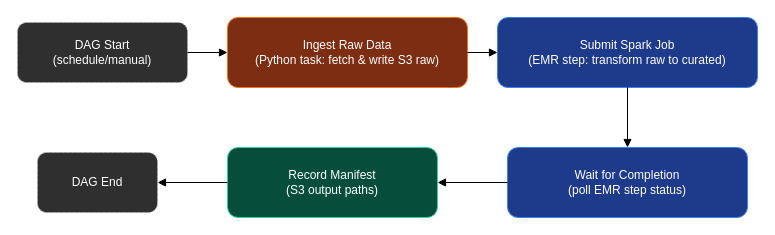
Earlier version of the draw.io diagram diagrams/baseline_pipeline/airflow_dag.drawio (SilverPeak2299/Thesis). Source tidied: cells renumbered, new cells numbered last; positions are measured from the earlier drawing's top-left corner, leaving out a move shared by most shapes. Both pictures are drawn from the tidied source at 100%, with x=0, y=0 at pixel (17, 17).
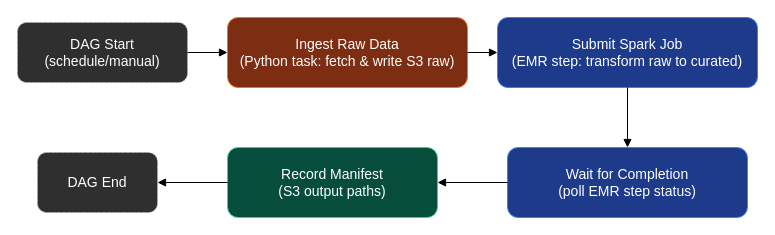
After the change.

Change to the diagram source:
```diff
@@
 <mxGraphModel background="#ffffff">
   <root>
     <mxCell id="0" />
     <mxCell id="1" parent="0" />
-    <mxCell id="2" value="DAG Start&#10;(schedule/manual)" style="rounded=1;whiteSpace=wrap;html=1;fillColor=#2f2f2f;strokeColor=#aaaaaa;fontColor=#ffffff;dashed=1;dashPattern=3 2;" parent="1" vertex="1">
+    <mxCell id="2" value="DAG Start&#10;(schedule/manual)" style="rounded=1;whiteSpace=wrap;html=1;fillColor=#2f2f2f;strokeColor=#aaaaaa;fontColor=#ffffff;dashed=1;dashPattern=3 2;fontSize=14;" parent="1" vertex="1">
       <mxGeometry y="5" width="170" height="60" as="geometry" />
     </mxCell>
+    <mxCell id="13" style="group;" parent="1" vertex="1">
+      <mxGeometry x="20" width="720" height="200" as="geometry" />
+    </mxCell>
-    <mxCell id="3" value="Ingest Raw Data&#10;(Python task: fetch &amp; write S3 raw)" style="rounded=1;whiteSpace=wrap;html=1;fillColor=#7c2d12;strokeColor=#f97316;fontColor=#ffffff;strokeWidth=1;" parent="1" vertex="1">
-      <mxGeometry x="210" width="240" height="70" as="geometry" />
+    <mxCell id="3" value="Ingest Raw Data&#10;(Python task: fetch &amp; write S3 raw)" style="rounded=1;whiteSpace=wrap;html=1;fillColor=#7c2d12;strokeColor=#f97316;fontColor=#ffffff;strokeWidth=1;fontSize=14;" parent="13" vertex="1">
+      <mxGeometry x="190" width="240" height="70" as="geometry" />
     </mxCell>
-    <mxCell id="4" value="Submit Spark Job&#10;(EMR step: transform raw to curated)" style="rounded=1;whiteSpace=wrap;html=1;fillColor=#1e3a8a;strokeColor=#3b82f6;fontColor=#ffffff;strokeWidth=1;" parent="1" vertex="1">
-      <mxGeometry x="480" width="260" height="70" as="geometry" />
+    <mxCell id="4" value="Submit Spark Job&#10;(EMR step: transform raw to curated)" style="rounded=1;whiteSpace=wrap;html=1;fillColor=#1e3a8a;strokeColor=#3b82f6;fontColor=#ffffff;strokeWidth=1;fontSize=14;" parent="13" vertex="1">
+      <mxGeometry x="460" width="260" height="70" as="geometry" />
     </mxCell>
-    <mxCell id="5" value="Wait for Completion&#10;(poll EMR step status)" style="rounded=1;whiteSpace=wrap;html=1;fillColor=#1e3a8a;strokeColor=#3b82f6;fontColor=#ffffff;strokeWidth=1;" parent="1" vertex="1">
-      <mxGeometry x="490" y="130" width="240" height="70" as="geometry" />
+    <mxCell id="5" value="Wait for Completion&#10;(poll EMR step status)" style="rounded=1;whiteSpace=wrap;html=1;fillColor=#1e3a8a;strokeColor=#3b82f6;fontColor=#ffffff;strokeWidth=1;fontSize=14;" parent="13" vertex="1">
+      <mxGeometry x="470" y="130" width="240" height="70" as="geometry" />
     </mxCell>
-    <mxCell id="6" value="Record Manifest&#10;(S3 output paths)" style="rounded=1;whiteSpace=wrap;html=1;fillColor=#064e3b;strokeColor=#34d399;fontColor=#ffffff;strokeWidth=1;" parent="1" vertex="1">
-      <mxGeometry x="210" y="130" width="210" height="70" as="geometry" />
+    <mxCell id="6" value="Record Manifest&#10;(S3 output paths)" style="rounded=1;whiteSpace=wrap;html=1;fillColor=#064e3b;strokeColor=#34d399;fontColor=#ffffff;strokeWidth=1;fontSize=14;" parent="13" vertex="1">
+      <mxGeometry x="190" y="130" width="210" height="70" as="geometry" />
     </mxCell>
-    <mxCell id="7" value="DAG End" style="rounded=1;whiteSpace=wrap;html=1;fillColor=#2f2f2f;strokeColor=#aaaaaa;fontColor=#ffffff;dashed=1;dashPattern=3 2;" parent="1" vertex="1">
-      <mxGeometry x="20" y="135" width="120" height="60" as="geometry" />
+    <mxCell id="7" value="DAG End" style="rounded=1;whiteSpace=wrap;html=1;fillColor=#2f2f2f;strokeColor=#aaaaaa;fontColor=#ffffff;dashed=1;dashPattern=3 2;fontSize=14;" parent="13" vertex="1">
+      <mxGeometry y="135" width="120" height="60" as="geometry" />
     </mxCell>
-    <mxCell id="8" style="edgeStyle=orthogonalEdgeStyle;rounded=0;jettySize=auto;endArrow=block;html=1;" parent="1" edge="1" source="2" target="3">
+    <mxCell id="8" style="edgeStyle=orthogonalEdgeStyle;rounded=0;jettySize=auto;endArrow=block;html=1;" parent="13" edge="1" source="2" target="3">
       <mxGeometry relative="1" as="geometry" />
     </mxCell>
-    <mxCell id="9" style="edgeStyle=orthogonalEdgeStyle;rounded=0;jettySize=auto;endArrow=block;html=1;" parent="1" edge="1" source="3" target="4">
+    <mxCell id="9" style="edgeStyle=orthogonalEdgeStyle;rounded=0;jettySize=auto;endArrow=block;html=1;" parent="13" edge="1" source="3" target="4">
       <mxGeometry relative="1" as="geometry" />
     </mxCell>
-    <mxCell id="10" style="edgeStyle=orthogonalEdgeStyle;rounded=0;jettySize=auto;endArrow=block;html=1;" parent="1" edge="1" source="4" target="5">
+    <mxCell id="10" style="edgeStyle=orthogonalEdgeStyle;rounded=0;jettySize=auto;endArrow=block;html=1;" parent="13" edge="1" source="4" target="5">
       <mxGeometry relative="1" as="geometry" />
     </mxCell>
-    <mxCell id="11" style="edgeStyle=orthogonalEdgeStyle;rounded=0;jettySize=auto;endArrow=block;html=1;" parent="1" edge="1" source="5" target="6">
+    <mxCell id="11" style="edgeStyle=orthogonalEdgeStyle;rounded=0;jettySize=auto;endArrow=block;html=1;" parent="13" edge="1" source="5" target="6">
       <mxGeometry relative="1" as="geometry" />
     </mxCell>
-    <mxCell id="12" style="edgeStyle=orthogonalEdgeStyle;rounded=0;jettySize=auto;endArrow=block;html=1;" parent="1" edge="1" source="6" target="7">
+    <mxCell id="12" style="edgeStyle=orthogonalEdgeStyle;rounded=0;jettySize=auto;endArrow=block;html=1;" parent="13" edge="1" source="6" target="7">
       <mxGeometry relative="1" as="geometry" />
     </mxCell>
   </root>
 </mxGraphModel>
```
